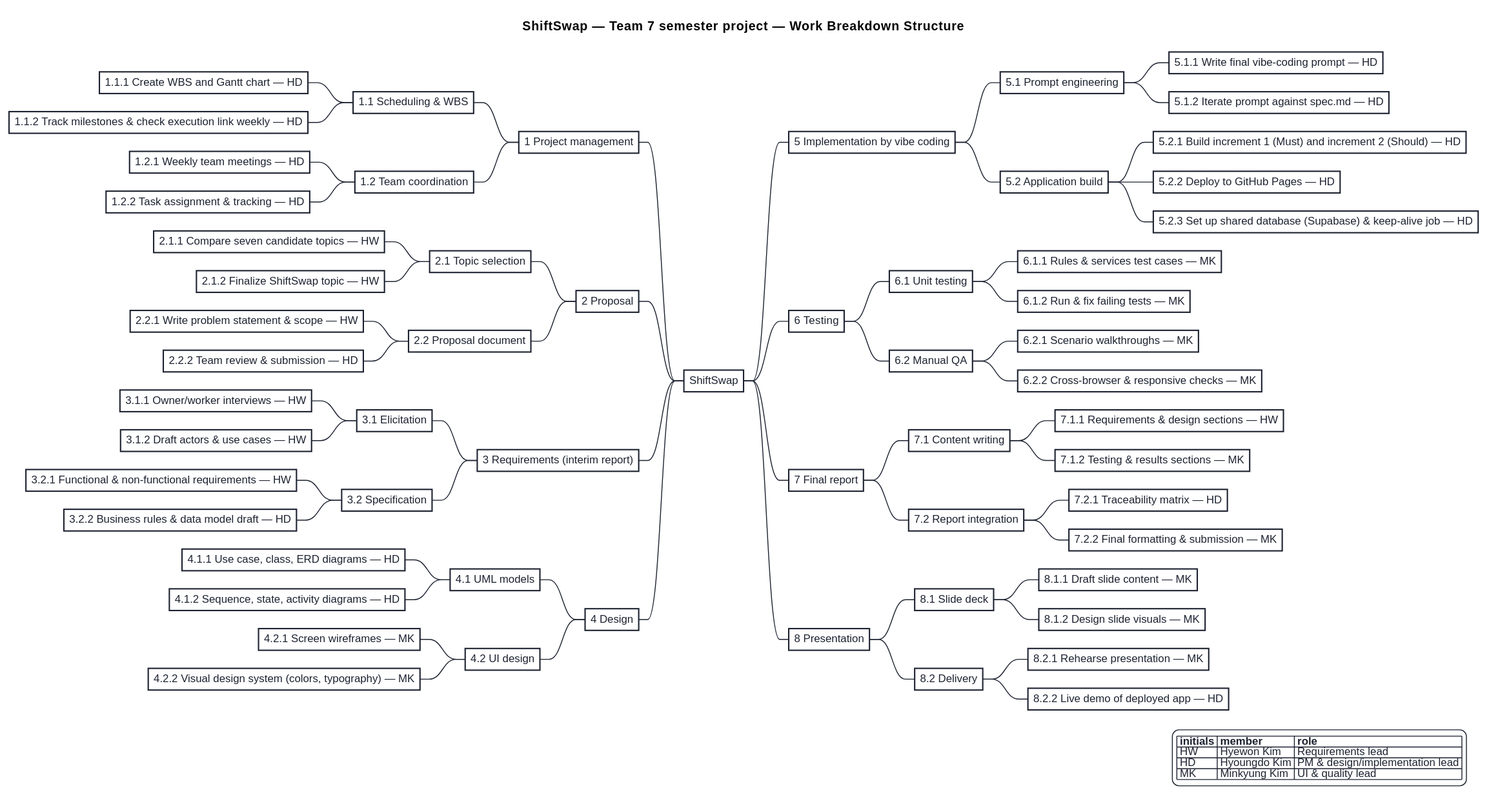
This is uml/wbs.svg from keemlogan/shiftswap, a PlantUML export, as it was before one commit.
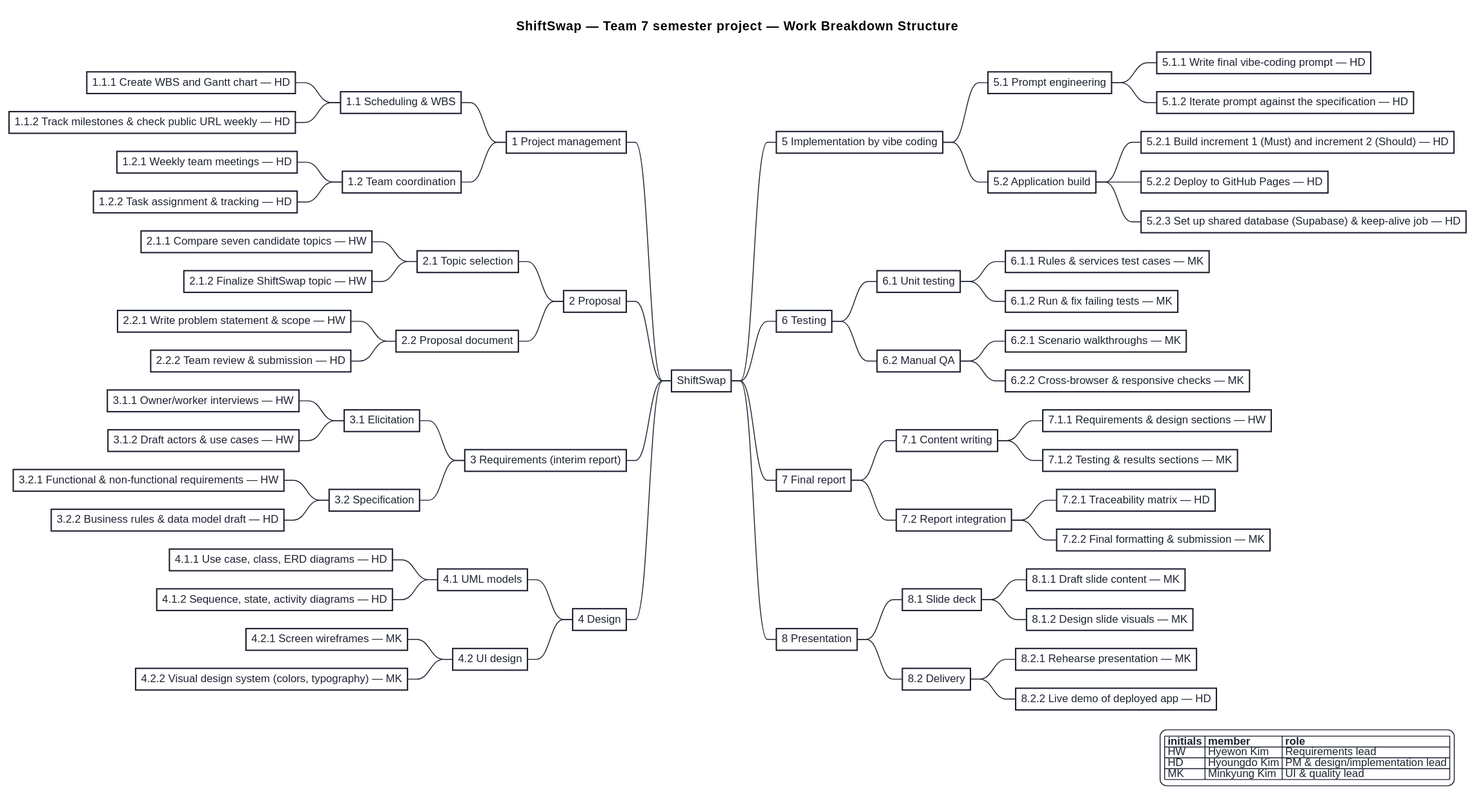
Later version of the same file.

The edit, as a diff of the source:
```diff
@@ -24,7 +24,7 @@
 ** 1 Project management
 *** 1.1 Scheduling & WBS
 **** 1.1.1 Create WBS and Gantt chart — HD
-**** 1.1.2 Track milestones & check execution link weekly — HD
+**** 1.1.2 Track milestones & check public URL weekly — HD
 *** 1.2 Team coordination
 **** 1.2.1 Weekly team meetings — HD
 **** 1.2.2 Task assignment & tracking — HD
@@ -58,7 +58,7 @@
 ** 5 Implementation by vibe coding
 *** 5.1 Prompt engineering
 **** 5.1.1 Write final vibe-coding prompt — HD
-**** 5.1.2 Iterate prompt against spec.md — HD
+**** 5.1.2 Iterate prompt against the specification — HD
 *** 5.2 Application build
 **** 5.2.1 Build increment 1 (Must) and increment 2 (Should) — HD
 **** 5.2.2 Deploy to GitHub Pages — HD
```
